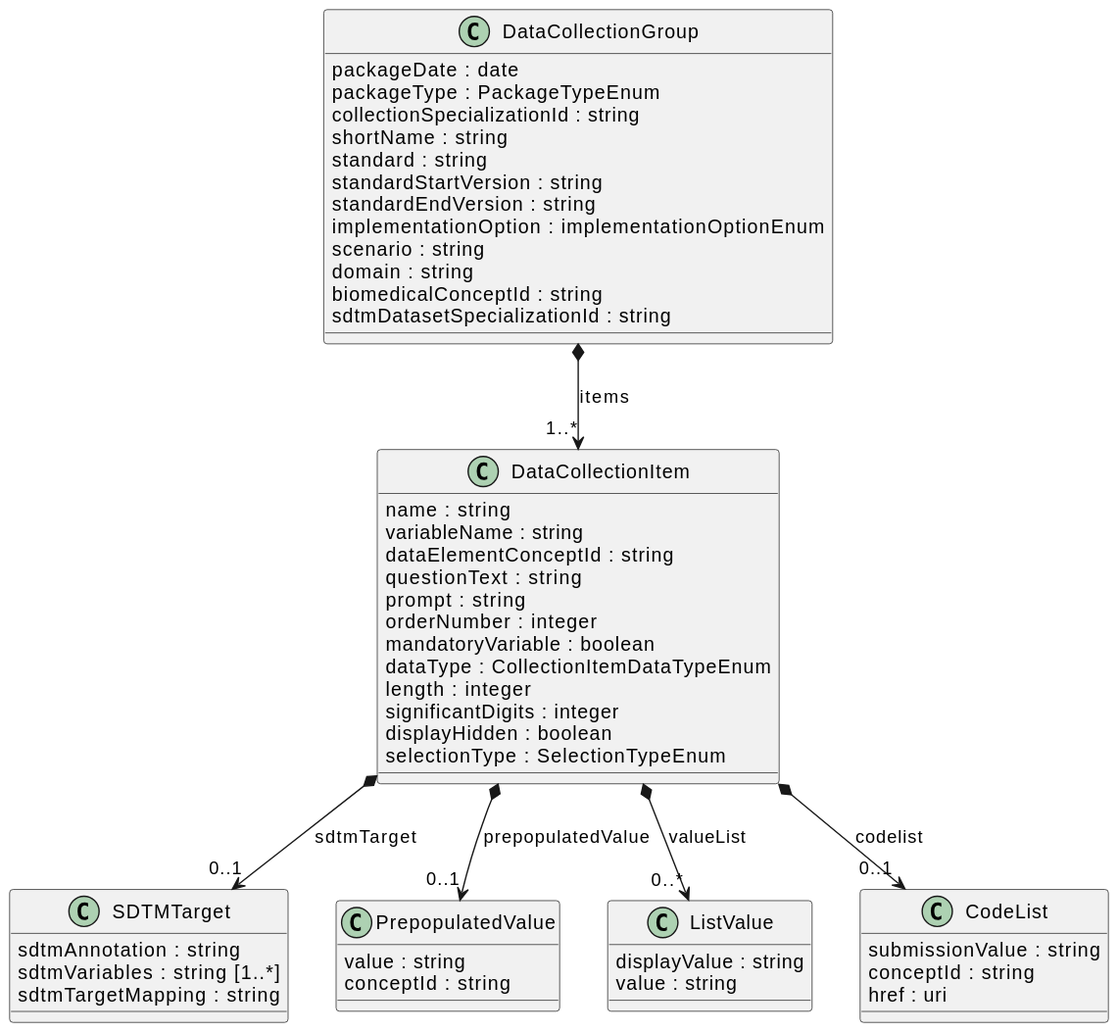
Above: model/COSMoS-Biomedical-Concepts-Collection-Schema.svg in cdisc-org/COSMoS (PlantUML), before the change.
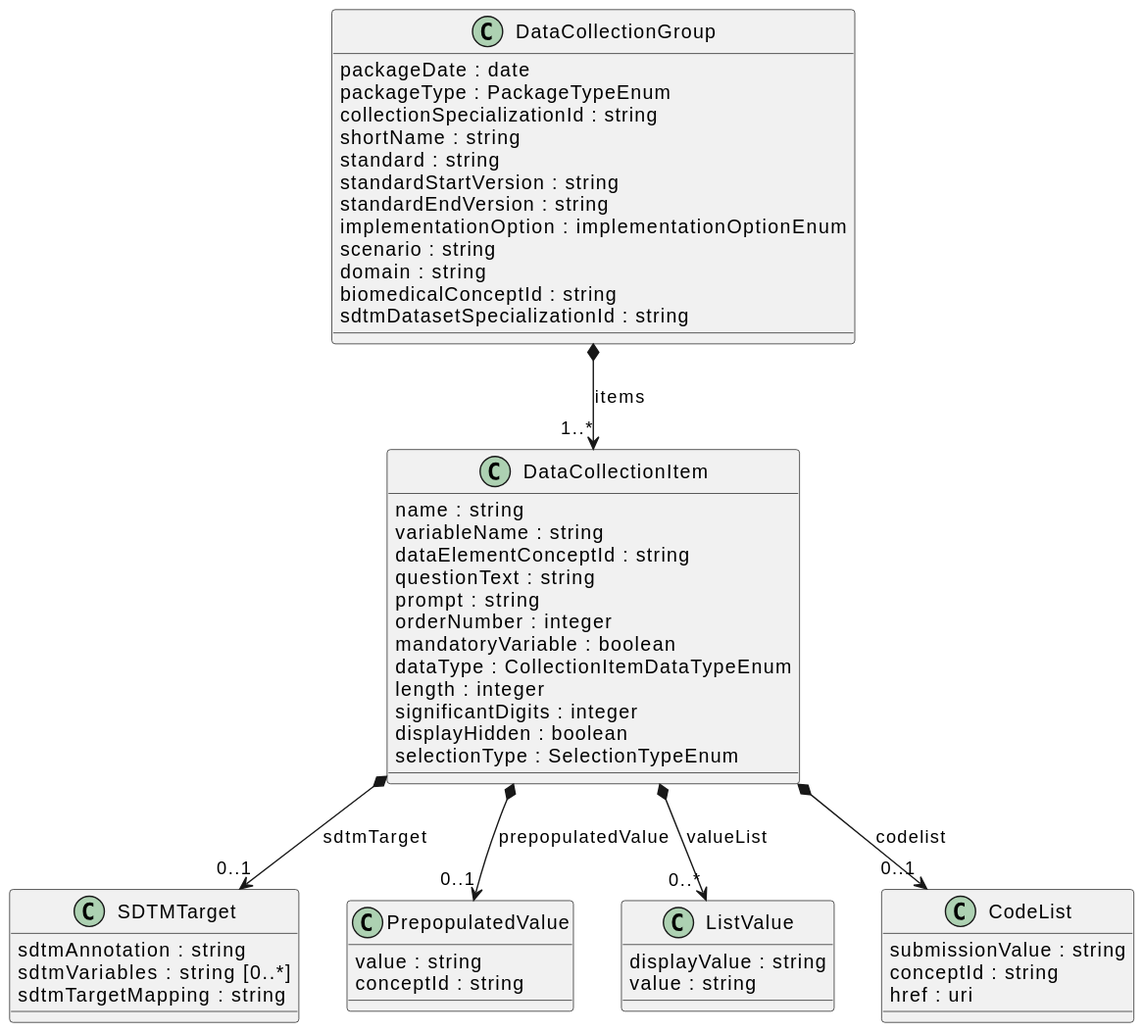
Later version of the same file.

What changed in the source:
```diff
@@ -15,7 +15,7 @@
 }
 class "SDTMTarget" [[{None}]] {
     {field} sdtmAnnotation : string
-    {field} sdtmVariables : string  [1..*]
+    {field} sdtmVariables : string  [0..*]
     {field} sdtmTargetMapping : string
 }
 "DataCollectionItem" *--> "0..1" "SDTMTarget" : "sdtmTarget"
```
